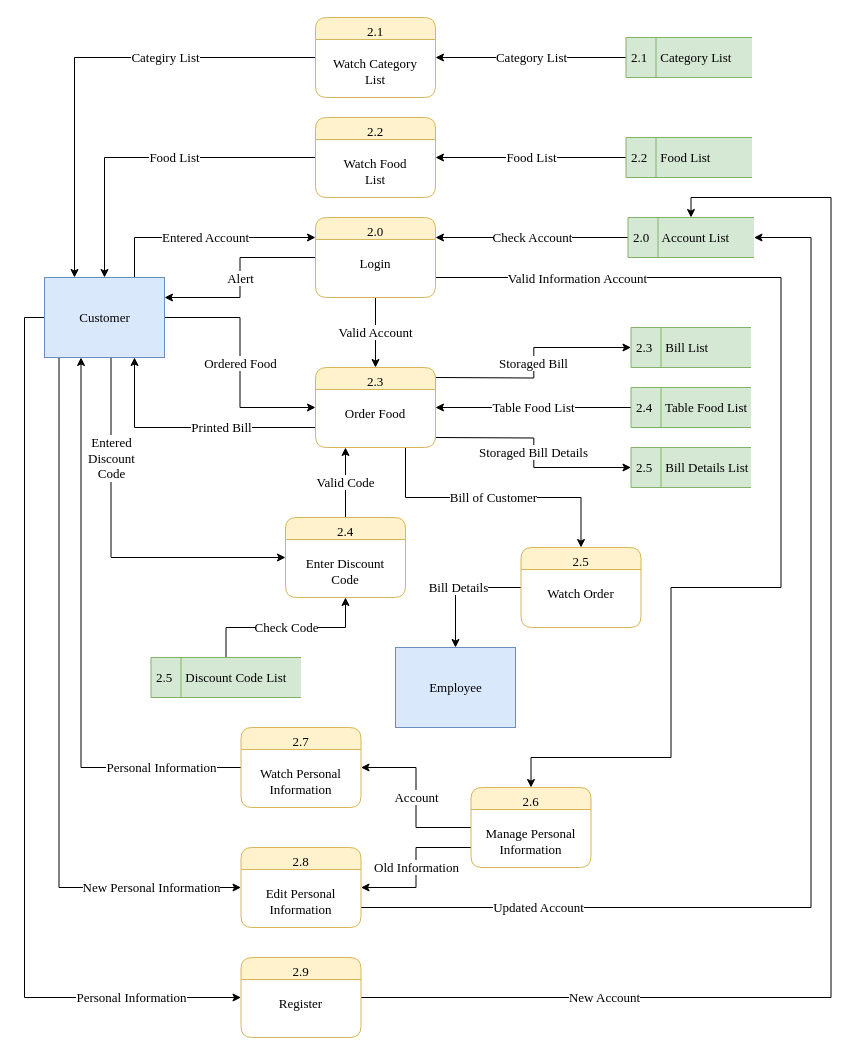
This is page "Level 2 - Customer" (6 of 8) of document/data flow/dfd.drawio from daomtthuan/do-an, a draw.io file, before an edit. Source tidied: cells renumbered, new cells numbered last; positions are measured from the earlier drawing's top-left corner, leaving out a move shared by most shapes. Both pictures are drawn from the tidied source at 100%, with x=0, y=0 at pixel (44, 17).
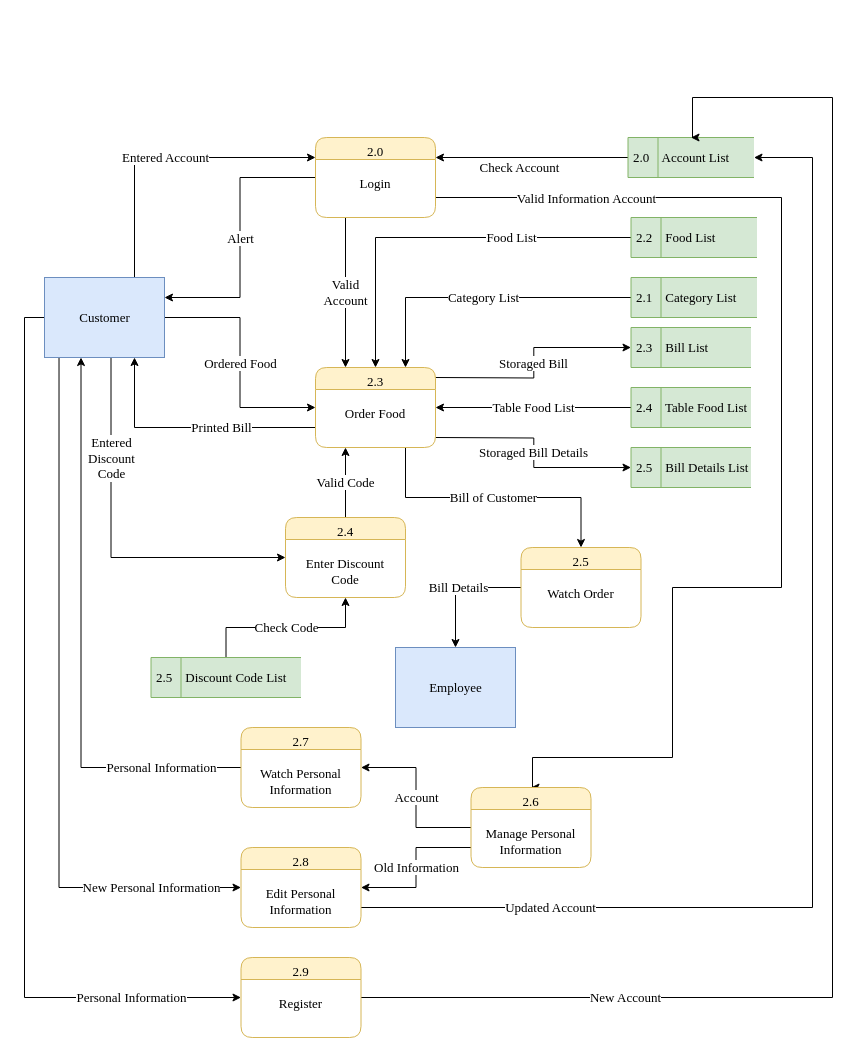
The same diagram, later.

Unchanged cells that the change refers to:
```xml
<mxCell id="7" value="&lt;span style=&quot;font-size: 13px;&quot;&gt;&lt;span style=&quot;font-size: 13px;&quot;&gt;Customer&lt;/span&gt;&lt;/span&gt;" style="html=1;dashed=0;whitespace=wrap;strokeWidth=1;fillColor=#dae8fc;strokeColor=#6c8ebf;fontFamily=Times New Roman;fontSize=13;" parent="1" vertex="1">
  <mxGeometry y="260" width="120" height="80" as="geometry" />
</mxCell>
<mxCell id="27" value="2.3&#10;&#10;Order Food" style="swimlane;fontStyle=0;horizontal=1;startSize=22;fillColor=#fff2cc;swimlaneFillColor=#ffffff;rounded=1;strokeWidth=1;verticalAlign=top;arcSize=17;labelPosition=center;verticalLabelPosition=middle;align=center;fontFamily=Times New Roman;strokeColor=#d6b656;fontSize=13;" parent="1" vertex="1">
  <mxGeometry x="271" y="350" width="120" height="80" as="geometry" />
</mxCell>
<mxCell id="43" value="2.6&#10;&#10;Manage Personal&#10;Information" style="swimlane;fontStyle=0;horizontal=1;startSize=22;fillColor=#fff2cc;swimlaneFillColor=#ffffff;rounded=1;strokeWidth=1;verticalAlign=top;arcSize=17;labelPosition=center;verticalLabelPosition=middle;align=center;fontFamily=Times New Roman;strokeColor=#d6b656;fontSize=13;" parent="1" vertex="1">
  <mxGeometry x="426.5" y="770" width="120" height="80" as="geometry" />
</mxCell>
<mxCell id="44" value="2.8&#10;&#10;Edit Personal&#10;Information" style="swimlane;fontStyle=0;horizontal=1;startSize=22;fillColor=#fff2cc;swimlaneFillColor=#ffffff;rounded=1;strokeWidth=1;verticalAlign=top;arcSize=17;labelPosition=center;verticalLabelPosition=middle;align=center;fontFamily=Times New Roman;strokeColor=#d6b656;fontSize=13;" parent="1" vertex="1">
  <mxGeometry x="196.5" y="830" width="120" height="80" as="geometry" />
</mxCell>
<mxCell id="47" value="2.9&#10;&#10;Register" style="swimlane;fontStyle=0;horizontal=1;startSize=22;fillColor=#fff2cc;swimlaneFillColor=#ffffff;rounded=1;strokeWidth=1;verticalAlign=top;arcSize=17;labelPosition=center;verticalLabelPosition=middle;align=center;fontFamily=Times New Roman;strokeColor=#d6b656;fontSize=13;" parent="1" vertex="1">
  <mxGeometry x="196.5" y="940" width="120" height="80" as="geometry" />
</mxCell>
```

What changed in the source:
```diff
@@
-    <mxCell id="9" value="Valid Account" style="edgeStyle=orthogonalEdgeStyle;rounded=0;jettySize=auto;html=1;entryX=0.5;entryY=0;entryDx=0;entryDy=0;fontFamily=Times New Roman;fontSize=13;" parent="1" edge="1" source="12" target="27">
+    <mxCell id="9" value="Valid&lt;br&gt;Account" style="edgeStyle=orthogonalEdgeStyle;rounded=0;jettySize=auto;html=1;entryX=0.25;entryY=0;entryDx=0;entryDy=0;fontFamily=Times New Roman;fontSize=13;exitX=0.25;exitY=1;exitDx=0;exitDy=0;" parent="1" edge="1" source="12" target="27">
       <mxGeometry relative="1" as="geometry" />
     </mxCell>
     <mxCell id="10" style="edgeStyle=orthogonalEdgeStyle;rounded=0;jettySize=auto;html=1;exitX=1;exitY=0.75;exitDx=0;exitDy=0;entryX=0.5;entryY=0;entryDx=0;entryDy=0;fontFamily=Times New Roman;fontSize=13;" parent="1" edge="1" source="12" target="43">
       <mxGeometry relative="1" as="geometry">
         <Array as="points">
-          <mxPoint x="736.5" y="260" />
-          <mxPoint x="736.5" y="570" />
-          <mxPoint x="626.5" y="570" />
-          <mxPoint x="626.5" y="740" />
-          <mxPoint x="486.5" y="740" />
+          <mxPoint x="737" y="180" />
+          <mxPoint x="737" y="570" />
+          <mxPoint x="628" y="570" />
+          <mxPoint x="628" y="740" />
+          <mxPoint x="488" y="740" />
         </Array>
       </mxGeometry>
     </mxCell>
@@
     <mxCell id="12" value="2.0&#10;&#10;Login" style="swimlane;fontStyle=0;horizontal=1;startSize=22;fillColor=#fff2cc;swimlaneFillColor=#ffffff;rounded=1;strokeWidth=1;verticalAlign=top;arcSize=17;labelPosition=center;verticalLabelPosition=middle;align=center;fontFamily=Times New Roman;strokeColor=#d6b656;fontSize=13;" parent="1" vertex="1">
-      <mxGeometry x="271" y="200" width="120" height="80" as="geometry" />
+      <mxGeometry x="271" y="120" width="120" height="80" as="geometry" />
     </mxCell>
     <mxCell id="13" value="Check Account" style="edgeStyle=orthogonalEdgeStyle;rounded=0;jettySize=auto;html=1;entryX=1;entryY=0.25;entryDx=0;entryDy=0;exitX=0;exitY=0.5;exitDx=0;exitDy=0;fontFamily=Times New Roman;fontSize=13;" parent="1" edge="1" source="14" target="12">
-      <mxGeometry relative="1" as="geometry" />
+      <mxGeometry x="0.13" y="10" relative="1" as="geometry" />
     </mxCell>
     <mxCell id="14" value="2.0&amp;nbsp; &amp;nbsp; Account List" style="html=1;dashed=0;whitespace=wrap;shape=mxgraph.dfd.dataStoreID;align=left;spacingLeft=3;points=[[0,0],[0.5,0],[1,0],[0,0.5],[1,0.5],[0,1],[0.5,1],[1,1]];fillColor=#d5e8d4;strokeColor=#82b366;fontFamily=Times New Roman;fontSize=13;" parent="1" vertex="1">
-      <mxGeometry x="583.5" y="200" width="126" height="40" as="geometry" />
+      <mxGeometry x="583.5" y="120" width="126" height="40" as="geometry" />
     </mxCell>
-    <mxCell id="15" value="Food List" style="edgeStyle=orthogonalEdgeStyle;rounded=0;jettySize=auto;html=1;entryX=0.5;entryY=0;entryDx=0;entryDy=0;exitX=0;exitY=0.5;exitDx=0;exitDy=0;fontFamily=Times New Roman;fontSize=13;" parent="1" edge="1" source="16" target="7">
-      <mxGeometry x="-0.15" relative="1" as="geometry">
-        <Array as="points">
-          <mxPoint x="60" y="140" />
-        </Array>
-      </mxGeometry>
-    </mxCell>
-    <mxCell id="16" value="2.2&#10;&#10;Watch Food&#10;List" style="swimlane;fontStyle=0;horizontal=1;startSize=22;fillColor=#fff2cc;swimlaneFillColor=#ffffff;rounded=1;strokeWidth=1;verticalAlign=top;arcSize=17;labelPosition=center;verticalLabelPosition=middle;align=center;fontFamily=Times New Roman;strokeColor=#d6b656;fontSize=13;" parent="1" vertex="1">
-      <mxGeometry x="271" y="100" width="120" height="80" as="geometry" />
-    </mxCell>
-    <mxCell id="17" value="Categiry List" style="edgeStyle=orthogonalEdgeStyle;rounded=0;jettySize=auto;html=1;entryX=0.25;entryY=0;entryDx=0;entryDy=0;fontFamily=Times New Roman;fontSize=13;" parent="1" edge="1" source="18" target="7">
-      <mxGeometry x="-0.35" relative="1" as="geometry" />
-    </mxCell>
-    <mxCell id="18" value="2.1&#10;&#10;Watch Category&#10;List" style="swimlane;fontStyle=0;horizontal=1;startSize=22;fillColor=#fff2cc;swimlaneFillColor=#ffffff;rounded=1;strokeWidth=1;verticalAlign=top;arcSize=17;labelPosition=center;verticalLabelPosition=middle;align=center;fontFamily=Times New Roman;strokeColor=#d6b656;fontSize=13;" parent="1" vertex="1">
-      <mxGeometry x="271" width="120" height="80" as="geometry" />
-    </mxCell>
-    <mxCell id="19" value="Category List" style="edgeStyle=orthogonalEdgeStyle;rounded=0;jettySize=auto;html=1;entryX=1;entryY=0.5;entryDx=0;entryDy=0;fontFamily=Times New Roman;fontSize=13;" parent="1" edge="1" source="20" target="18">
+    <mxCell id="19" value="Category List" style="edgeStyle=orthogonalEdgeStyle;rounded=0;jettySize=auto;html=1;entryX=0.75;entryY=0;entryDx=0;entryDy=0;fontFamily=Times New Roman;fontSize=13;" parent="1" edge="1" source="20" target="27">
       <mxGeometry relative="1" as="geometry" />
     </mxCell>
     <mxCell id="20" value="2.1&amp;nbsp; &amp;nbsp; Category List" style="html=1;dashed=0;whitespace=wrap;shape=mxgraph.dfd.dataStoreID;align=left;spacingLeft=3;points=[[0,0],[0.5,0],[1,0],[0,0.5],[1,0.5],[0,1],[0.5,1],[1,1]];fillColor=#d5e8d4;strokeColor=#82b366;fontFamily=Times New Roman;fontSize=13;" parent="1" vertex="1">
-      <mxGeometry x="581.5" y="20" width="126" height="40" as="geometry" />
+      <mxGeometry x="586.5" y="260" width="126" height="40" as="geometry" />
     </mxCell>
-    <mxCell id="21" value="Food List" style="edgeStyle=orthogonalEdgeStyle;rounded=0;jettySize=auto;html=1;entryX=1;entryY=0.5;entryDx=0;entryDy=0;fontFamily=Times New Roman;fontSize=13;" parent="1" edge="1" source="22" target="16">
-      <mxGeometry relative="1" as="geometry" />
+    <mxCell id="21" value="Food List" style="edgeStyle=orthogonalEdgeStyle;rounded=0;jettySize=auto;html=1;entryX=0.5;entryY=0;entryDx=0;entryDy=0;fontFamily=Times New Roman;fontSize=13;" parent="1" edge="1" source="22" target="27">
+      <mxGeometry x="-0.37" relative="1" as="geometry">
+        <mxPoint x="1" as="offset" />
+      </mxGeometry>
     </mxCell>
     <mxCell id="22" value="2.2&amp;nbsp; &amp;nbsp; Food List" style="html=1;dashed=0;whitespace=wrap;shape=mxgraph.dfd.dataStoreID;align=left;spacingLeft=3;points=[[0,0],[0.5,0],[1,0],[0,0.5],[1,0.5],[0,1],[0.5,1],[1,1]];fillColor=#d5e8d4;strokeColor=#82b366;fontFamily=Times New Roman;fontSize=13;" parent="1" vertex="1">
-      <mxGeometry x="581.5" y="120" width="126" height="40" as="geometry" />
+      <mxGeometry x="586.5" y="200" width="126" height="40" as="geometry" />
     </mxCell>
@@
     <mxCell id="40" value="Updated Account" style="edgeStyle=orthogonalEdgeStyle;rounded=0;jettySize=auto;html=1;entryX=1;entryY=0.5;entryDx=0;entryDy=0;exitX=1;exitY=0.75;exitDx=0;exitDy=0;fontFamily=Times New Roman;fontSize=13;" parent="1" edge="1" source="44" target="14">
       <mxGeometry x="-0.7" relative="1" as="geometry">
         <Array as="points">
-          <mxPoint x="766.5" y="890" />
-          <mxPoint x="766.5" y="220" />
+          <mxPoint x="768" y="890" />
+          <mxPoint x="768" y="140" />
         </Array>
       </mxGeometry>
     </mxCell>
@@
     <mxCell id="46" value="New Account" style="edgeStyle=orthogonalEdgeStyle;rounded=0;jettySize=auto;html=1;entryX=0.5;entryY=0;entryDx=0;entryDy=0;exitX=1;exitY=0.5;exitDx=0;exitDy=0;fontFamily=Times New Roman;fontSize=13;" parent="1" edge="1" source="47" target="14">
       <mxGeometry x="-0.66" relative="1" as="geometry">
         <Array as="points">
-          <mxPoint x="786.5" y="980" />
-          <mxPoint x="786.5" y="180" />
-          <mxPoint x="646.5" y="180" />
+          <mxPoint x="788" y="980" />
+          <mxPoint x="788" y="80" />
+          <mxPoint x="648" y="80" />
         </Array>
       </mxGeometry>
     </mxCell>
```
